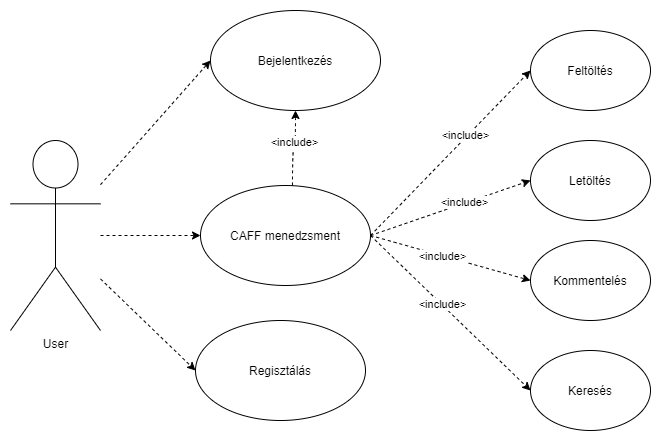
Earlier version of the draw.io export plans/UseCaseUser.drawio.png (zuper1998/SzamBiztHF). Source tidied: cells renumbered, new cells last; positions are measured from the earlier drawing's top-left corner, leaving out a move shared by most shapes.
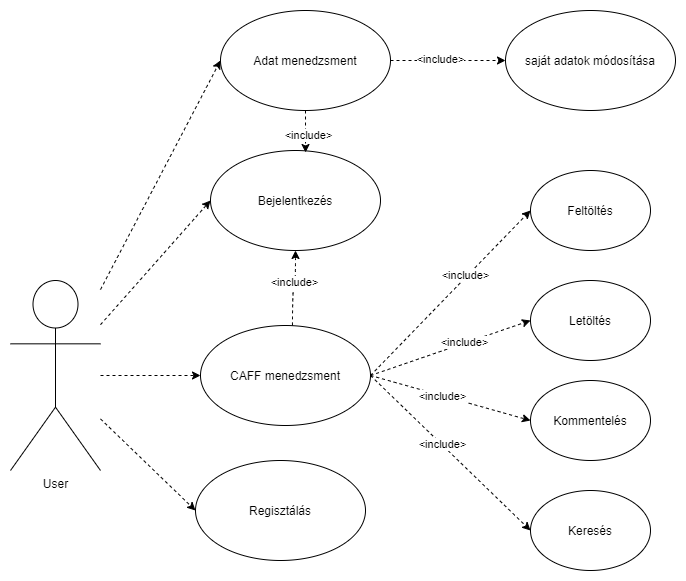
The same file after the commit.

Diff of the diagram source:
```diff
@@ -65,5 +65,30 @@
     <mxCell id="22" value="&amp;lt;include&amp;gt;" style="edgeLabel;html=1;align=center;verticalAlign=middle;" parent="21" vertex="1">
       <mxGeometry x="0.2" y="2" relative="1" as="geometry" />
     </mxCell>
+    <mxCell id="23" value="Adat menedzsment" style="ellipse;whiteSpace=wrap;html=1;" parent="1" vertex="1">
+      <mxGeometry x="210" y="-140" width="170" height="100" as="geometry" />
+    </mxCell>
+    <mxCell id="24" style="rounded=0;jettySize=auto;html=1;dashed=1;startArrow=none;startFill=0;entryX=0;entryY=0.5;entryDx=0;entryDy=0;" parent="1" edge="1" source="2" target="23">
+      <mxGeometry relative="1" as="geometry" />
+    </mxCell>
+    <mxCell id="25" value="saját adatok módosítása" style="ellipse;whiteSpace=wrap;html=1;" parent="1" vertex="1">
+      <mxGeometry x="495" y="-140" width="170" height="100" as="geometry" />
+    </mxCell>
+    <mxCell id="26" style="rounded=0;jettySize=auto;html=1;dashed=1;startArrow=none;startFill=0;entryX=0;entryY=0.5;entryDx=0;entryDy=0;exitX=1;exitY=0.5;exitDx=0;exitDy=0;" parent="1" edge="1" source="23" target="25">
+      <mxGeometry relative="1" as="geometry">
+        <Array as="points">
+          <mxPoint x="440" y="-90" />
+        </Array>
+      </mxGeometry>
+    </mxCell>
+    <mxCell id="27" value="&amp;lt;include&amp;gt;" style="edgeLabel;html=1;align=center;verticalAlign=middle;" parent="26" vertex="1">
+      <mxGeometry x="-0.15" y="2" relative="1" as="geometry" />
+    </mxCell>
+    <mxCell id="28" style="rounded=0;jettySize=auto;html=1;exitX=0.5;exitY=1;exitDx=0;exitDy=0;entryX=0.559;entryY=0.02;entryDx=0;entryDy=0;dashed=1;entryPerimeter=0;" parent="1" edge="1" source="23" target="4">
+      <mxGeometry relative="1" as="geometry" />
+    </mxCell>
+    <mxCell id="29" value="&amp;lt;include&amp;gt;" style="edgeLabel;html=1;align=center;verticalAlign=middle;" parent="28" vertex="1">
+      <mxGeometry x="0.2" y="2" relative="1" as="geometry" />
+    </mxCell>
   </root>
 </mxGraphModel>
```
